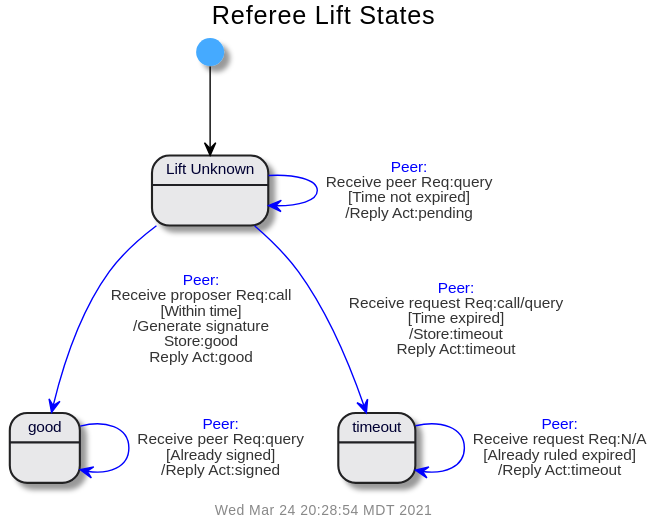
Before: doc/uml/state-ref.svg, a diagram exported from PlantUML (gotchoices/MyCHIPs).
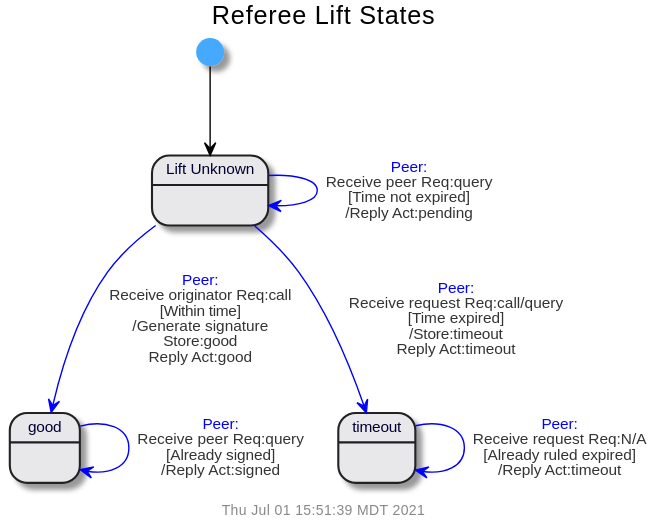
Above is the later version.

The edit, as a diff of the source:
```diff
@@ -6,7 +6,7 @@
 state "Lift Unknown" as none
 
 
-none -[$peer]-> good: $trans($peer,Receive proposer Req:call,'Within time', 'Generate signature\nStore:good\nReply Act:good')
+none -[$peer]-> good: $trans($peer,Receive originator Req:call,'Within time', 'Generate signature\nStore:good\nReply Act:good')
 none -[$peer]-> timeout: $trans($peer,Receive request Req:call/query,'Time expired', 'Store:timeout\nReply Act:timeout')
 timeout -[$peer]-> timeout: $trans($peer,Receive request Req:N/A,'Already ruled expired', 'Reply Act:timeout')
 
```
